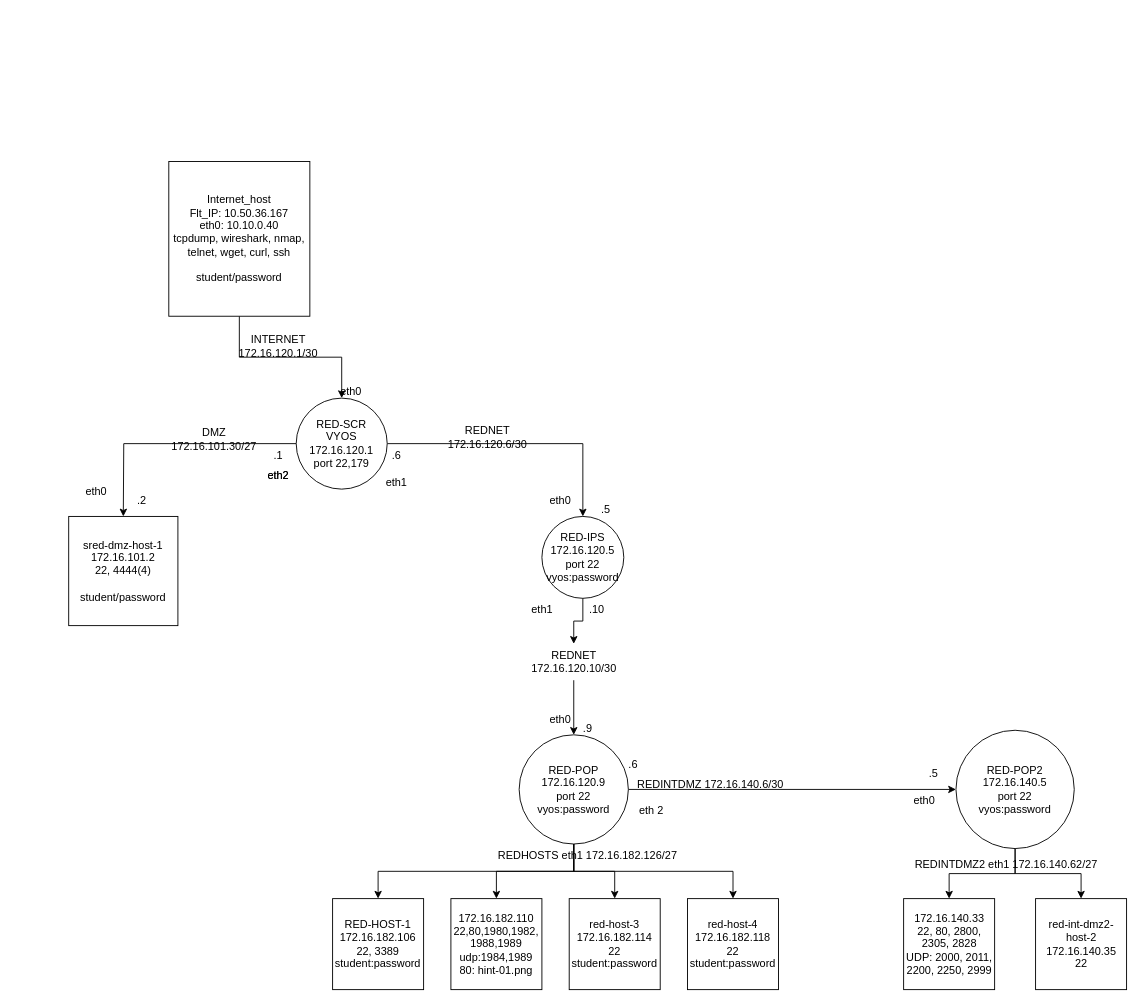
The draw.io diagram Networking/Walters/Untitled Diagram.drawio in TheWaltuh/COSC-Notes, before the edit. Source tidied: cells renumbered, new cells numbered last; positions are measured from the earlier drawing's top-left corner, leaving out a move shared by most shapes. Both pictures are drawn from the tidied source at 91%, with x=0, y=0 at pixel (68, 161).
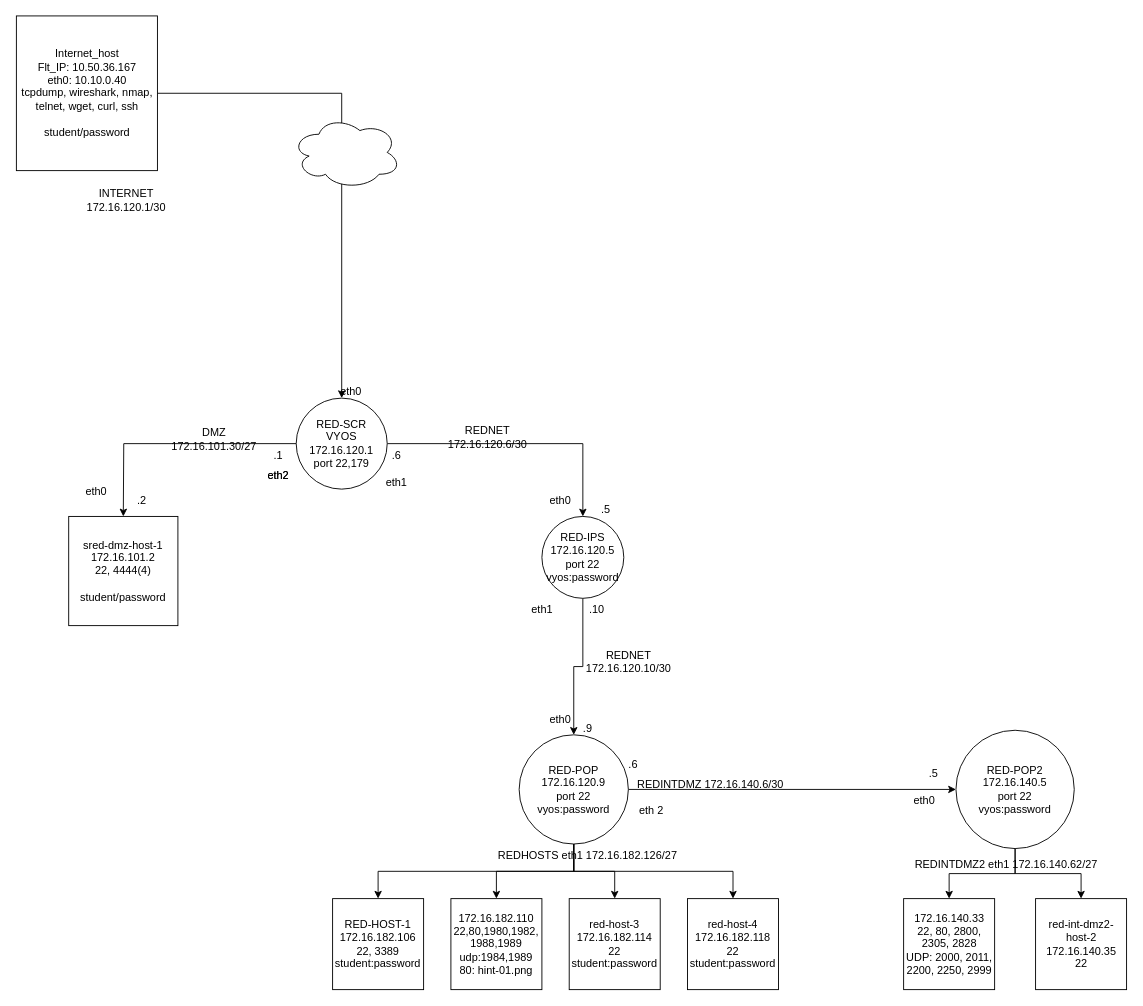
After the change.

The change refers to these unchanged cells:
```xml
<mxCell id="10" value="RED-IPS&lt;br&gt;172.16.120.5&lt;br&gt;port 22&lt;br&gt;vyos:password" style="ellipse;whiteSpace=wrap;html=1;" parent="1" vertex="1">
  <mxGeometry x="520" y="390" width="90" height="90" as="geometry" />
</mxCell>
<mxCell id="16" value="RED-POP&lt;br&gt;172.16.120.9&lt;br&gt;port 22&lt;br&gt;vyos:password" style="ellipse;whiteSpace=wrap;html=1;" parent="1" vertex="1">
  <mxGeometry x="495" y="630" width="120" height="120" as="geometry" />
</mxCell>
```

What changed in the source:
```diff
@@
     <mxCell id="3" value="Internet_host&lt;br&gt;Flt_IP: 10.50.36.167&lt;br&gt;eth0: 10.10.0.40&lt;br&gt;tcpdump, wireshark, nmap, telnet, wget, curl, ssh&lt;br&gt;&lt;br&gt;student/password" style="rounded=0;whiteSpace=wrap;html=1;labelBackgroundColor=none;" parent="1" vertex="1">
-      <mxGeometry x="110" width="155" height="170" as="geometry" />
+      <mxGeometry x="-57.5" y="-160" width="155" height="170" as="geometry" />
     </mxCell>
@@
-    <mxCell id="8" style="edgeStyle=orthogonalEdgeStyle;rounded=0;jettySize=auto;html=1;exitX=0.5;exitY=1;exitDx=0;exitDy=0;entryX=0.5;entryY=0;entryDx=0;entryDy=0;" parent="1" edge="1" source="43" target="16">
+    <mxCell id="8" style="edgeStyle=orthogonalEdgeStyle;rounded=0;jettySize=auto;html=1;entryX=0.5;entryY=0;entryDx=0;entryDy=0;" parent="1" edge="1" source="10" target="16">
       <mxGeometry relative="1" as="geometry" />
     </mxCell>
@@
     <mxCell id="27" value="INTERNET&lt;br&gt;172.16.120.1/30" style="text;html=1;align=center;verticalAlign=middle;strokeColor=none;fillColor=none;" parent="1" vertex="1">
-      <mxGeometry x="175" y="183" width="110" height="40" as="geometry" />
+      <mxGeometry x="7.5" y="23" width="110" height="40" as="geometry" />
     </mxCell>
@@
-    <mxCell id="42" style="edgeStyle=orthogonalEdgeStyle;rounded=0;jettySize=auto;html=1;exitX=0.5;exitY=1;exitDx=0;exitDy=0;entryX=0.5;entryY=0;entryDx=0;entryDy=0;" parent="1" edge="1" source="10" target="43">
-      <mxGeometry relative="1" as="geometry" />
-    </mxCell>
     <mxCell id="43" value="REDNET&lt;br&gt;172.16.120.10/30" style="text;html=1;align=center;verticalAlign=middle;points=[];strokeColor=none;fillColor=none;" parent="1" vertex="1">
-      <mxGeometry x="495" y="530" width="120" height="40" as="geometry" />
+      <mxGeometry x="555" y="530" width="120" height="40" as="geometry" />
     </mxCell>
@@
+    <mxCell id="51" style="ellipse;shape=cloud;whiteSpace=wrap;html=1;" parent="1" vertex="1">
+      <mxGeometry x="245" y="-50" width="120" height="80" as="geometry" />
+    </mxCell>
```
